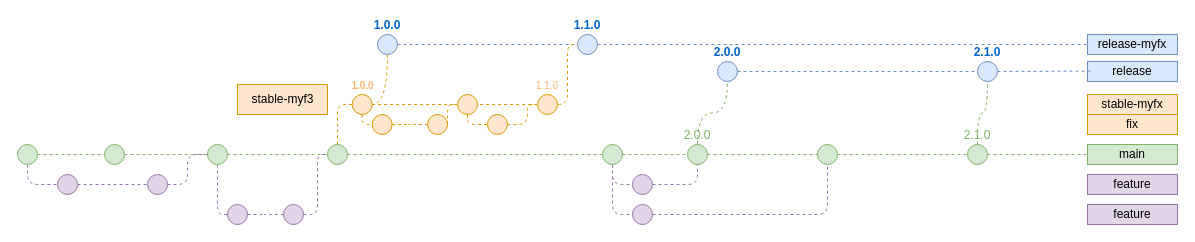
The draw.io diagram Untitled Diagram.drawio in salmen/renault, before the edit. Source tidied: cells renumbered, new cells numbered last; positions are measured from the earlier drawing's top-left corner, leaving out a move shared by most shapes. Both pictures are drawn from the tidied source at 100%, with x=0, y=0 at pixel (17, 34).
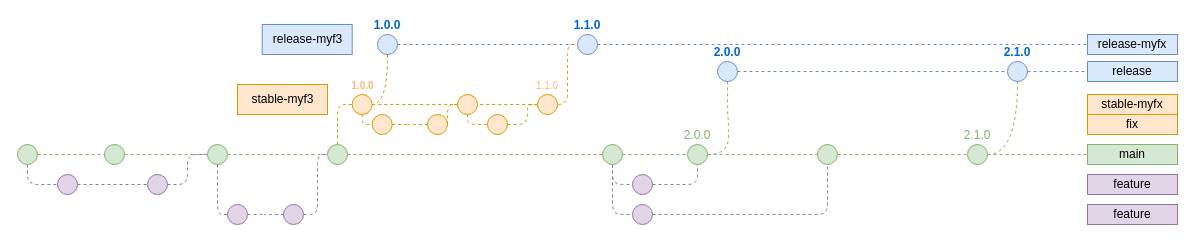
Above is the later version.

The change refers to these unchanged cells:
```xml
<mxCell id="4" value="release-myfx" style="text;html=1;strokeColor=#6c8ebf;fillColor=#dae8fc;align=center;verticalAlign=middle;whiteSpace=wrap;rounded=0;" parent="1" vertex="1">
  <mxGeometry x="1070" width="90" height="20" as="geometry" />
</mxCell>
<mxCell id="17" value="1.1.0" style="ellipse;whiteSpace=wrap;html=1;fillColor=#dae8fc;strokeColor=#6c8ebf;fontStyle=1;labelPosition=center;verticalLabelPosition=top;align=center;verticalAlign=bottom;fontColor=#0066CC;" parent="1" vertex="1">
  <mxGeometry x="560" width="20" height="20" as="geometry" />
</mxCell>
<mxCell id="43" value="2.0.0" style="ellipse;whiteSpace=wrap;html=1;fontSize=12;fillColor=#d5e8d4;strokeColor=#82b366;labelPosition=center;verticalLabelPosition=top;align=center;verticalAlign=bottom;labelBackgroundColor=none;labelBorderColor=none;fontColor=#82B366;" parent="1" vertex="1">
  <mxGeometry x="670" y="110" width="20" height="20" as="geometry" />
</mxCell>
<mxCell id="58" value="2.0.0" style="ellipse;whiteSpace=wrap;html=1;fillColor=#dae8fc;strokeColor=#6c8ebf;fontStyle=1;labelPosition=center;verticalLabelPosition=top;align=center;verticalAlign=bottom;fontColor=#0066CC;" parent="1" vertex="1">
  <mxGeometry x="700" y="27" width="20" height="20" as="geometry" />
</mxCell>
<mxCell id="62" value="2.1.0" style="ellipse;whiteSpace=wrap;html=1;fontSize=12;fillColor=#d5e8d4;strokeColor=#82b366;labelPosition=center;verticalLabelPosition=top;align=center;verticalAlign=bottom;labelBackgroundColor=none;labelBorderColor=none;fontColor=#82B366;" parent="1" vertex="1">
  <mxGeometry x="950" y="110" width="20" height="20" as="geometry" />
</mxCell>
```

Change to the diagram source:
```diff
@@
-    <mxCell id="2" style="endArrow=none;dashed=1;html=1;fillColor=#dae8fc;strokeColor=#6c8ebf;exitX=1;exitY=0.5;exitDx=0;exitDy=0;" parent="1" edge="1" source="17" target="4">
+    <mxCell id="2" style="endArrow=none;dashed=1;html=1;fillColor=#dae8fc;strokeColor=#6c8ebf;exitX=1;exitY=0.5;exitDx=0;exitDy=0;entryX=0;entryY=0.5;entryDx=0;entryDy=0;" parent="1" edge="1" source="17" target="4">
       <mxGeometry relative="1" as="geometry" />
     </mxCell>
@@
-    <mxCell id="42" style="edgeStyle=orthogonalEdgeStyle;rounded=0;jettySize=auto;html=1;exitX=0.5;exitY=0;exitDx=0;exitDy=0;entryX=0.5;entryY=1;entryDx=0;entryDy=0;curved=1;fillColor=#d5e8d4;strokeColor=#82b366;dashed=1;endArrow=none;endFill=0;" parent="1" edge="1" source="43" target="58">
-      <mxGeometry relative="1" as="geometry" />
+    <mxCell id="42" style="edgeStyle=orthogonalEdgeStyle;rounded=0;jettySize=auto;html=1;entryX=0.5;entryY=1;entryDx=0;entryDy=0;curved=1;fillColor=#d5e8d4;strokeColor=#82b366;dashed=1;endArrow=none;endFill=0;" parent="1" edge="1" target="58">
+      <mxGeometry relative="1" as="geometry">
+        <mxPoint x="690" y="120" as="sourcePoint" />
+      </mxGeometry>
     </mxCell>
@@
     <mxCell id="57" style="endArrow=none;dashed=1;html=1;fillColor=#dae8fc;strokeColor=#6c8ebf;exitX=1;exitY=0.5;exitDx=0;exitDy=0;" parent="1" edge="1" source="64">
       <mxGeometry relative="1" as="geometry">
-        <mxPoint x="1075" y="36.6" as="targetPoint" />
+        <mxPoint x="1070" y="37" as="targetPoint" />
       </mxGeometry>
     </mxCell>
@@
-    <mxCell id="61" style="edgeStyle=orthogonalEdgeStyle;jettySize=auto;html=1;exitX=0.5;exitY=0;exitDx=0;exitDy=0;entryX=0.5;entryY=1;entryDx=0;entryDy=0;endArrow=none;strokeColor=#82b366;fillColor=#d5e8d4;dashed=1;endFill=0;curved=1;" parent="1" edge="1" source="62" target="64">
+    <mxCell id="61" style="edgeStyle=orthogonalEdgeStyle;jettySize=auto;html=1;exitX=1;exitY=0.5;exitDx=0;exitDy=0;entryX=0.5;entryY=1;entryDx=0;entryDy=0;endArrow=none;strokeColor=#82b366;fillColor=#d5e8d4;dashed=1;endFill=0;curved=1;" parent="1" edge="1" source="62" target="64">
       <mxGeometry relative="1" as="geometry" />
     </mxCell>
@@
     <mxCell id="64" value="2.1.0" style="ellipse;whiteSpace=wrap;html=1;fillColor=#dae8fc;strokeColor=#6c8ebf;fontStyle=1;labelPosition=center;verticalLabelPosition=top;align=center;verticalAlign=bottom;fontColor=#0066CC;" parent="1" vertex="1">
-      <mxGeometry x="960" y="27" width="20" height="20" as="geometry" />
+      <mxGeometry x="990" y="27" width="20" height="20" as="geometry" />
     </mxCell>
+    <mxCell id="65" value="release-myf3" style="text;html=1;align=center;verticalAlign=middle;strokeColor=#6c8ebf;fillColor=#dae8fc;" parent="1" vertex="1">
+      <mxGeometry x="244.7" y="-10" width="90" height="30" as="geometry" />
+    </mxCell>
```
